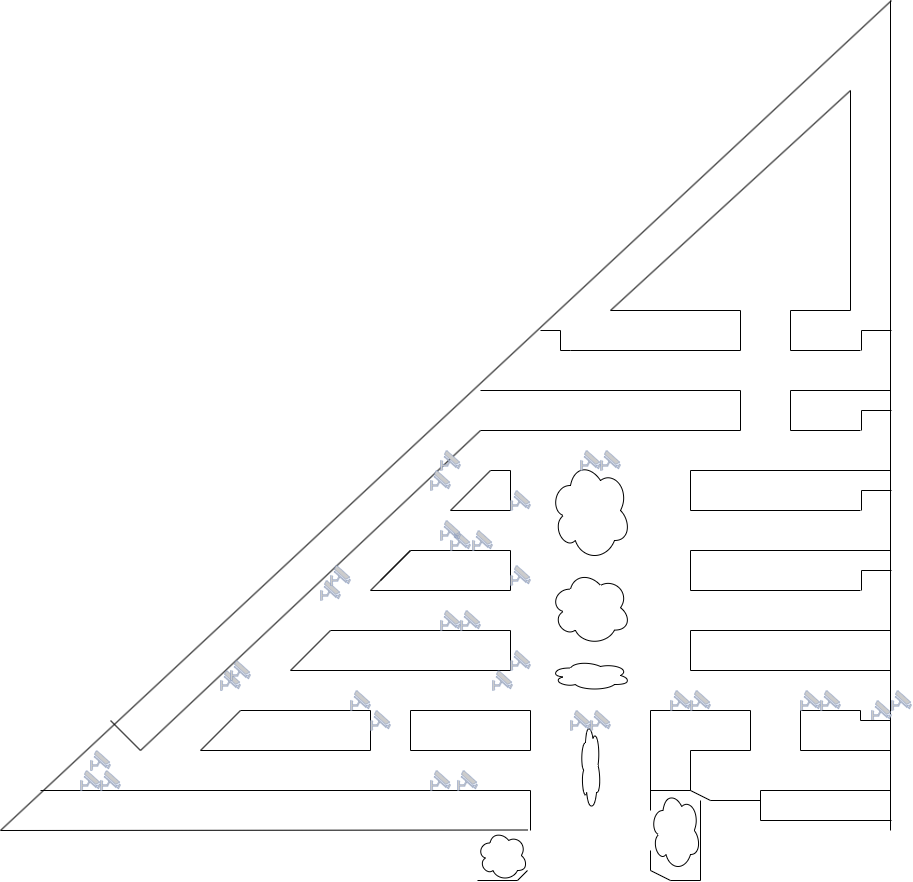
Before: Mapa.drawio.png, a diagram exported from draw.io (0002itz/pruevas-registro-de-seguridad). Source tidied: cells renumbered, new cells last; positions are measured from the earlier drawing's top-left corner, leaving out a move shared by most shapes.
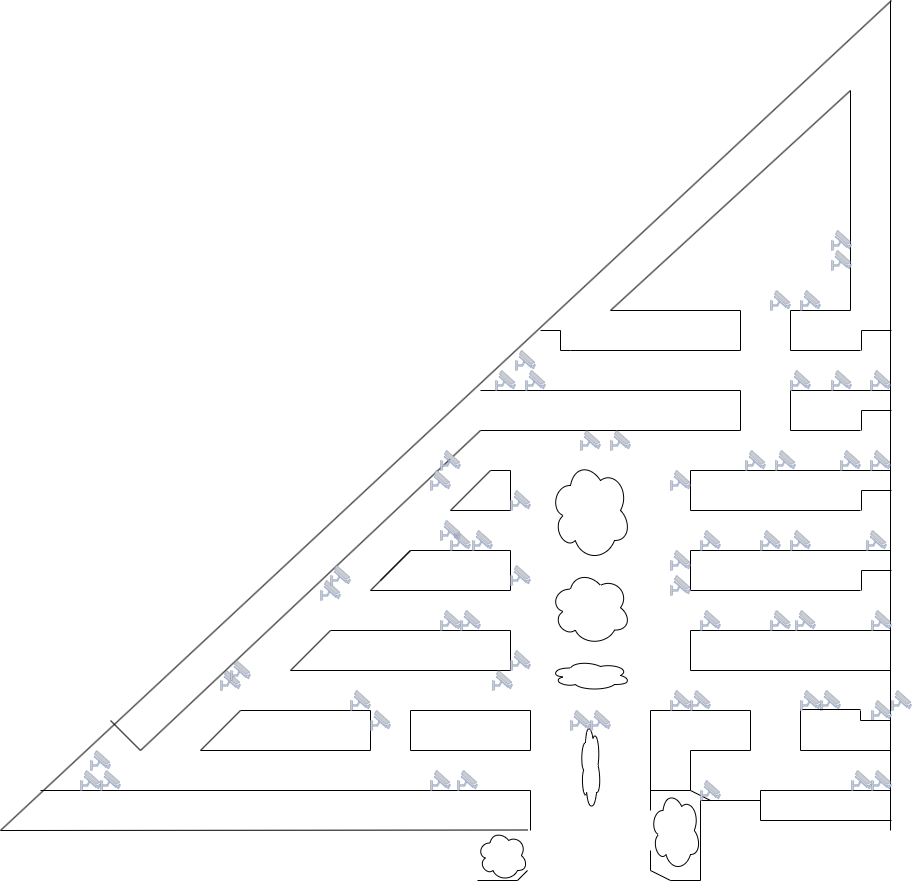
The same file after the commit.

What changed in the source:
```diff
@@ -64,8 +64,8 @@
     </mxCell>
     <mxCell id="12" style="endArrow=none;html=1;rounded=0;" parent="1" edge="1">
       <mxGeometry relative="1" as="geometry">
-        <mxPoint x="800" y="710" as="sourcePoint" />
-        <mxPoint x="860" y="710" as="targetPoint" />
+        <mxPoint x="700" y="800" as="sourcePoint" />
+        <mxPoint x="760" y="800" as="targetPoint" />
       </mxGeometry>
     </mxCell>
     <mxCell id="13" style="endArrow=none;html=1;rounded=0;" parent="1" edge="1">
@@ -501,7 +501,7 @@
       <mxGeometry x="690" y="690" width="20" height="20" as="geometry" />
     </mxCell>
     <mxCell id="86" style="fontColor=#0066CC;verticalAlign=top;verticalLabelPosition=bottom;labelPosition=center;align=center;html=1;fillColor=#CCCCCC;strokeColor=#6881B3;gradientColor=none;gradientDirection=north;strokeWidth=2;shape=mxgraph.networks.security_camera;" parent="1" vertex="1">
-      <mxGeometry x="800" y="690" width="20" height="20" as="geometry" />
+      <mxGeometry x="700" y="780" width="20" height="20" as="geometry" />
     </mxCell>
     <mxCell id="87" style="fontColor=#0066CC;verticalAlign=top;verticalLabelPosition=bottom;labelPosition=center;align=center;html=1;fillColor=#CCCCCC;strokeColor=#6881B3;gradientColor=none;gradientDirection=north;strokeWidth=2;shape=mxgraph.networks.security_camera;" parent="1" vertex="1">
       <mxGeometry x="820" y="690" width="20" height="20" as="geometry" />
@@ -585,13 +585,103 @@
       <mxGeometry x="440" y="450" width="20" height="20" as="geometry" />
     </mxCell>
     <mxCell id="112" style="fontColor=#0066CC;verticalAlign=top;verticalLabelPosition=bottom;labelPosition=center;align=center;html=1;fillColor=#CCCCCC;strokeColor=#6881B3;gradientColor=none;gradientDirection=north;strokeWidth=2;shape=mxgraph.networks.security_camera;" parent="1" vertex="1">
-      <mxGeometry x="600" y="450" width="20" height="20" as="geometry" />
+      <mxGeometry x="610" y="430" width="20" height="20" as="geometry" />
     </mxCell>
     <mxCell id="113" style="fontColor=#0066CC;verticalAlign=top;verticalLabelPosition=bottom;labelPosition=center;align=center;html=1;fillColor=#CCCCCC;strokeColor=#6881B3;gradientColor=none;gradientDirection=north;strokeWidth=2;shape=mxgraph.networks.security_camera;" parent="1" vertex="1">
       <mxGeometry x="440" y="520" width="20" height="20" as="geometry" />
     </mxCell>
     <mxCell id="114" style="fontColor=#0066CC;verticalAlign=top;verticalLabelPosition=bottom;labelPosition=center;align=center;html=1;fillColor=#CCCCCC;strokeColor=#6881B3;gradientColor=none;gradientDirection=north;strokeWidth=2;shape=mxgraph.networks.security_camera;" parent="1" vertex="1">
-      <mxGeometry x="580" y="450" width="20" height="20" as="geometry" />
+      <mxGeometry x="580" y="430" width="20" height="20" as="geometry" />
     </mxCell>
+    <mxCell id="115" style="endArrow=none;html=1;rounded=0;" parent="1" edge="1">
+      <mxGeometry relative="1" as="geometry">
+        <mxPoint x="800" y="709" as="sourcePoint" />
+        <mxPoint x="860" y="709" as="targetPoint" />
+      </mxGeometry>
+    </mxCell>
+    <mxCell id="116" style="fontColor=#0066CC;verticalAlign=top;verticalLabelPosition=bottom;labelPosition=center;align=center;html=1;fillColor=#CCCCCC;strokeColor=#6881B3;gradientColor=none;gradientDirection=north;strokeWidth=2;shape=mxgraph.networks.security_camera;" parent="1" vertex="1">
+      <mxGeometry x="800" y="690" width="20" height="20" as="geometry" />
+    </mxCell>
+    <mxCell id="117" style="fontColor=#0066CC;verticalAlign=top;verticalLabelPosition=bottom;labelPosition=center;align=center;html=1;fillColor=#CCCCCC;strokeColor=#6881B3;gradientColor=none;gradientDirection=north;strokeWidth=2;shape=mxgraph.networks.security_camera;" parent="1" vertex="1">
+      <mxGeometry x="871" y="770" width="20" height="20" as="geometry" />
+    </mxCell>
+    <mxCell id="118" style="fontColor=#0066CC;verticalAlign=top;verticalLabelPosition=bottom;labelPosition=center;align=center;html=1;fillColor=#CCCCCC;strokeColor=#6881B3;gradientColor=none;gradientDirection=north;strokeWidth=2;shape=mxgraph.networks.security_camera;" parent="1" vertex="1">
+      <mxGeometry x="851" y="770" width="20" height="20" as="geometry" />
+    </mxCell>
+    <mxCell id="119" style="fontColor=#0066CC;verticalAlign=top;verticalLabelPosition=bottom;labelPosition=center;align=center;html=1;fillColor=#CCCCCC;strokeColor=#6881B3;gradientColor=none;gradientDirection=north;strokeWidth=2;shape=mxgraph.networks.security_camera;" parent="1" vertex="1">
+      <mxGeometry x="795" y="610" width="20" height="20" as="geometry" />
+    </mxCell>
+    <mxCell id="120" style="fontColor=#0066CC;verticalAlign=top;verticalLabelPosition=bottom;labelPosition=center;align=center;html=1;fillColor=#CCCCCC;strokeColor=#6881B3;gradientColor=none;gradientDirection=north;strokeWidth=2;shape=mxgraph.networks.security_camera;" parent="1" vertex="1">
+      <mxGeometry x="871" y="610" width="20" height="20" as="geometry" />
+    </mxCell>
+    <mxCell id="121" style="fontColor=#0066CC;verticalAlign=top;verticalLabelPosition=bottom;labelPosition=center;align=center;html=1;fillColor=#CCCCCC;strokeColor=#6881B3;gradientColor=none;gradientDirection=north;strokeWidth=2;shape=mxgraph.networks.security_camera;" parent="1" vertex="1">
+      <mxGeometry x="700" y="610" width="20" height="20" as="geometry" />
+    </mxCell>
+    <mxCell id="122" style="fontColor=#0066CC;verticalAlign=top;verticalLabelPosition=bottom;labelPosition=center;align=center;html=1;fillColor=#CCCCCC;strokeColor=#6881B3;gradientColor=none;gradientDirection=north;strokeWidth=2;shape=mxgraph.networks.security_camera;" parent="1" vertex="1">
+      <mxGeometry x="770" y="610" width="20" height="20" as="geometry" />
+    </mxCell>
+    <mxCell id="123" style="fontColor=#0066CC;verticalAlign=top;verticalLabelPosition=bottom;labelPosition=center;align=center;html=1;fillColor=#CCCCCC;strokeColor=#6881B3;gradientColor=none;gradientDirection=north;strokeWidth=2;shape=mxgraph.networks.security_camera;" parent="1" vertex="1">
+      <mxGeometry x="790" y="530" width="20" height="20" as="geometry" />
+    </mxCell>
+    <mxCell id="124" style="fontColor=#0066CC;verticalAlign=top;verticalLabelPosition=bottom;labelPosition=center;align=center;html=1;fillColor=#CCCCCC;strokeColor=#6881B3;gradientColor=none;gradientDirection=north;strokeWidth=2;shape=mxgraph.networks.security_camera;" parent="1" vertex="1">
+      <mxGeometry x="866" y="530" width="20" height="20" as="geometry" />
+    </mxCell>
+    <mxCell id="125" style="fontColor=#0066CC;verticalAlign=top;verticalLabelPosition=bottom;labelPosition=center;align=center;html=1;fillColor=#CCCCCC;strokeColor=#6881B3;gradientColor=none;gradientDirection=north;strokeWidth=2;shape=mxgraph.networks.security_camera;" parent="1" vertex="1">
+      <mxGeometry x="700" y="530" width="20" height="20" as="geometry" />
+    </mxCell>
+    <mxCell id="126" style="fontColor=#0066CC;verticalAlign=top;verticalLabelPosition=bottom;labelPosition=center;align=center;html=1;fillColor=#CCCCCC;strokeColor=#6881B3;gradientColor=none;gradientDirection=north;strokeWidth=2;shape=mxgraph.networks.security_camera;" parent="1" vertex="1">
+      <mxGeometry x="760" y="530" width="20" height="20" as="geometry" />
+    </mxCell>
+    <mxCell id="127" style="fontColor=#0066CC;verticalAlign=top;verticalLabelPosition=bottom;labelPosition=center;align=center;html=1;fillColor=#CCCCCC;strokeColor=#6881B3;gradientColor=none;gradientDirection=north;strokeWidth=2;shape=mxgraph.networks.security_camera;" parent="1" vertex="1">
+      <mxGeometry x="670" y="550" width="20" height="20" as="geometry" />
+    </mxCell>
+    <mxCell id="128" style="fontColor=#0066CC;verticalAlign=top;verticalLabelPosition=bottom;labelPosition=center;align=center;html=1;fillColor=#CCCCCC;strokeColor=#6881B3;gradientColor=none;gradientDirection=north;strokeWidth=2;shape=mxgraph.networks.security_camera;" parent="1" vertex="1">
+      <mxGeometry x="670" y="575" width="20" height="20" as="geometry" />
+    </mxCell>
+    <mxCell id="129" style="fontColor=#0066CC;verticalAlign=top;verticalLabelPosition=bottom;labelPosition=center;align=center;html=1;fillColor=#CCCCCC;strokeColor=#6881B3;gradientColor=none;gradientDirection=north;strokeWidth=2;shape=mxgraph.networks.security_camera;" parent="1" vertex="1">
+      <mxGeometry x="840" y="450" width="20" height="20" as="geometry" />
+    </mxCell>
+    <mxCell id="130" style="fontColor=#0066CC;verticalAlign=top;verticalLabelPosition=bottom;labelPosition=center;align=center;html=1;fillColor=#CCCCCC;strokeColor=#6881B3;gradientColor=none;gradientDirection=north;strokeWidth=2;shape=mxgraph.networks.security_camera;" parent="1" vertex="1">
+      <mxGeometry x="870" y="450" width="20" height="20" as="geometry" />
+    </mxCell>
+    <mxCell id="131" style="fontColor=#0066CC;verticalAlign=top;verticalLabelPosition=bottom;labelPosition=center;align=center;html=1;fillColor=#CCCCCC;strokeColor=#6881B3;gradientColor=none;gradientDirection=north;strokeWidth=2;shape=mxgraph.networks.security_camera;" parent="1" vertex="1">
+      <mxGeometry x="745" y="450" width="20" height="20" as="geometry" />
+    </mxCell>
+    <mxCell id="132" style="fontColor=#0066CC;verticalAlign=top;verticalLabelPosition=bottom;labelPosition=center;align=center;html=1;fillColor=#CCCCCC;strokeColor=#6881B3;gradientColor=none;gradientDirection=north;strokeWidth=2;shape=mxgraph.networks.security_camera;" parent="1" vertex="1">
+      <mxGeometry x="775" y="450" width="20" height="20" as="geometry" />
+    </mxCell>
+    <mxCell id="133" style="fontColor=#0066CC;verticalAlign=top;verticalLabelPosition=bottom;labelPosition=center;align=center;html=1;fillColor=#CCCCCC;strokeColor=#6881B3;gradientColor=none;gradientDirection=north;strokeWidth=2;shape=mxgraph.networks.security_camera;" parent="1" vertex="1">
+      <mxGeometry x="670" y="470" width="20" height="20" as="geometry" />
+    </mxCell>
+    <mxCell id="134" style="fontColor=#0066CC;verticalAlign=top;verticalLabelPosition=bottom;labelPosition=center;align=center;html=1;fillColor=#CCCCCC;strokeColor=#6881B3;gradientColor=none;gradientDirection=north;strokeWidth=2;shape=mxgraph.networks.security_camera;" parent="1" vertex="1">
+      <mxGeometry x="515" y="350" width="20" height="20" as="geometry" />
+    </mxCell>
+    <mxCell id="135" style="fontColor=#0066CC;verticalAlign=top;verticalLabelPosition=bottom;labelPosition=center;align=center;html=1;fillColor=#CCCCCC;strokeColor=#6881B3;gradientColor=none;gradientDirection=north;strokeWidth=2;shape=mxgraph.networks.security_camera;" parent="1" vertex="1">
+      <mxGeometry x="870" y="370" width="20" height="20" as="geometry" />
+    </mxCell>
+    <mxCell id="136" style="fontColor=#0066CC;verticalAlign=top;verticalLabelPosition=bottom;labelPosition=center;align=center;html=1;fillColor=#CCCCCC;strokeColor=#6881B3;gradientColor=none;gradientDirection=north;strokeWidth=2;shape=mxgraph.networks.security_camera;" parent="1" vertex="1">
+      <mxGeometry x="495" y="370" width="20" height="20" as="geometry" />
+    </mxCell>
+    <mxCell id="137" style="fontColor=#0066CC;verticalAlign=top;verticalLabelPosition=bottom;labelPosition=center;align=center;html=1;fillColor=#CCCCCC;strokeColor=#6881B3;gradientColor=none;gradientDirection=north;strokeWidth=2;shape=mxgraph.networks.security_camera;" parent="1" vertex="1">
+      <mxGeometry x="525" y="370" width="20" height="20" as="geometry" />
+    </mxCell>
+    <mxCell id="138" style="fontColor=#0066CC;verticalAlign=top;verticalLabelPosition=bottom;labelPosition=center;align=center;html=1;fillColor=#CCCCCC;strokeColor=#6881B3;gradientColor=none;gradientDirection=north;strokeWidth=2;shape=mxgraph.networks.security_camera;" parent="1" vertex="1">
+      <mxGeometry x="770" y="290" width="20" height="20" as="geometry" />
+    </mxCell>
+    <mxCell id="139" style="fontColor=#0066CC;verticalAlign=top;verticalLabelPosition=bottom;labelPosition=center;align=center;html=1;fillColor=#CCCCCC;strokeColor=#6881B3;gradientColor=none;gradientDirection=north;strokeWidth=2;shape=mxgraph.networks.security_camera;" parent="1" vertex="1">
+      <mxGeometry x="800" y="290" width="20" height="20" as="geometry" />
+    </mxCell>
+    <mxCell id="140" style="fontColor=#0066CC;verticalAlign=top;verticalLabelPosition=bottom;labelPosition=center;align=center;html=1;fillColor=#CCCCCC;strokeColor=#6881B3;gradientColor=none;gradientDirection=north;strokeWidth=2;shape=mxgraph.networks.security_camera;" parent="1" vertex="1">
+      <mxGeometry x="831" y="250" width="20" height="20" as="geometry" />
+    </mxCell>
+    <mxCell id="141" style="fontColor=#0066CC;verticalAlign=top;verticalLabelPosition=bottom;labelPosition=center;align=center;html=1;fillColor=#CCCCCC;strokeColor=#6881B3;gradientColor=none;gradientDirection=north;strokeWidth=2;shape=mxgraph.networks.security_camera;" parent="1" vertex="1">
+      <mxGeometry x="831" y="230" width="20" height="20" as="geometry" />
+    </mxCell>
+    <mxCell id="142" style="fontColor=#0066CC;verticalAlign=top;verticalLabelPosition=bottom;labelPosition=center;align=center;html=1;fillColor=#CCCCCC;strokeColor=#6881B3;gradientColor=none;gradientDirection=north;strokeWidth=2;shape=mxgraph.networks.security_camera;" parent="1" vertex="1">
+      <mxGeometry x="831" y="370" width="20" height="20" as="geometry" />
+    </mxCell>
+    <mxCell id="143" style="fontColor=#0066CC;verticalAlign=top;verticalLabelPosition=bottom;labelPosition=center;align=center;html=1;fillColor=#CCCCCC;strokeColor=#6881B3;gradientColor=none;gradientDirection=north;strokeWidth=2;shape=mxgraph.networks.security_camera;" parent="1" vertex="1">
+      <mxGeometry x="790" y="370" width="20" height="20" as="geometry" />
+    </mxCell>
   </root>
 </mxGraphModel>
```
